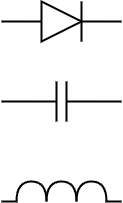
Before: assetes/Atlas.png, a diagram exported from draw.io (AsherYankovski/HistoryOfRadio). Source tidied: cells renumbered, new cells last; positions are measured from the earlier drawing's top-left corner, leaving out a move shared by most shapes.
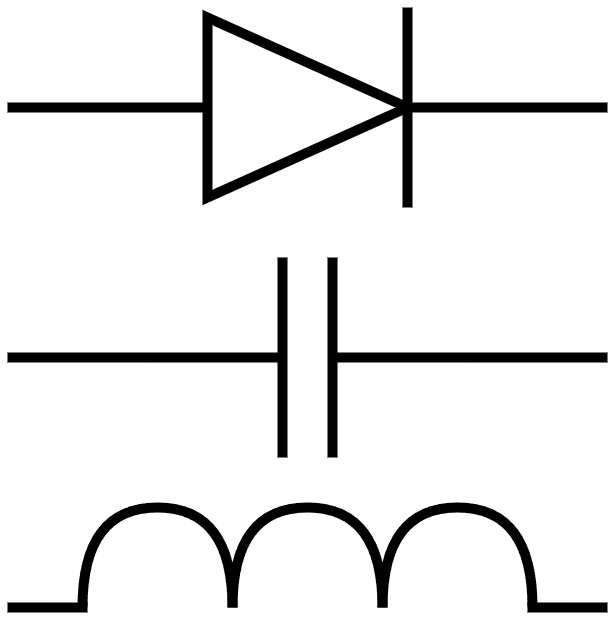
Above is the later version.

Commit message:
Invariants for base elemet texture via atlas

Change to the diagram source:
```diff
@@ -10,19 +10,22 @@
         <mxPoint y="20" as="sourcePoint" />
       </mxGeometry>
     </mxCell>
-    <mxCell id="4" style="triangle;whiteSpace=wrap;html=1;fillColor=none;strokeWidth=2;perimeter=trianglePerimeter;fixDash=0;backgroundOutline=0;fillOpacity=100;strokeOpacity=100;overflow=visible;noLabel=0;direction=east;portConstraint=none;portConstraintRotation=0;gradientColor=none;strokeColor=default;perimeterSpacing=0;" parent="2" vertex="1">
-      <mxGeometry x="40" width="40" height="40" as="geometry" />
+    <mxCell id="4" style="triangle;whiteSpace=wrap;html=1;fillColor=none;strokeWidth=2;perimeter=trianglePerimeter;fixDash=0;backgroundOutline=0;fillOpacity=100;strokeOpacity=100;overflow=visible;noLabel=0;direction=east;portConstraint=none;portConstraintRotation=0;gradientColor=none;strokeColor=default;perimeterSpacing=0;shadow=0;arcSize=20;" parent="2" vertex="1">
+      <mxGeometry x="40" y="2" width="40" height="36" as="geometry" />
     </mxCell>
     <mxCell id="5" style="endArrow=none;html=1;rounded=0;exitX=1;exitY=0.5;exitDx=0;exitDy=0;strokeWidth=2;" parent="2" edge="1" source="4">
       <mxGeometry relative="1" as="geometry">
         <mxPoint x="120" y="20" as="targetPoint" />
       </mxGeometry>
     </mxCell>
-    <mxCell id="6" style="endArrow=none;html=1;rounded=0;entryX=1;entryY=0;entryDx=0;entryDy=0;entryPerimeter=0;exitX=1;exitY=1;exitDx=0;exitDy=0;exitPerimeter=0;strokeWidth=2;" parent="2" edge="1" source="4" target="4">
-      <mxGeometry relative="1" as="geometry" />
+    <mxCell id="6" style="endArrow=none;html=1;rounded=0;strokeWidth=2;" parent="2" edge="1">
+      <mxGeometry relative="1" as="geometry">
+        <mxPoint x="80" as="sourcePoint" />
+        <mxPoint x="80" y="40" as="targetPoint" />
+      </mxGeometry>
     </mxCell>
     <mxCell id="7" style="group;" parent="1" vertex="1">
-      <mxGeometry y="80" width="120" height="40" as="geometry" />
+      <mxGeometry y="50" width="120" height="40" as="geometry" />
     </mxCell>
     <mxCell id="8" style="endArrow=none;html=1;rounded=0;strokeWidth=2;" parent="7" edge="1">
       <mxGeometry relative="1" as="geometry">
@@ -48,8 +51,8 @@
         <mxPoint x="65" as="targetPoint" />
       </mxGeometry>
     </mxCell>
-    <mxCell id="12" style="group;" parent="1" vertex="1">
-      <mxGeometry y="180" width="120" height="20" as="geometry" />
+    <mxCell id="12" style="group;strokeColor=none;fillColor=none;" parent="1" vertex="1">
+      <mxGeometry y="100" width="120" height="20" as="geometry" />
     </mxCell>
     <mxCell id="13" style="endArrow=none;html=1;rounded=0;strokeWidth=2;" parent="12" edge="1">
       <mxGeometry relative="1" as="geometry">
```
